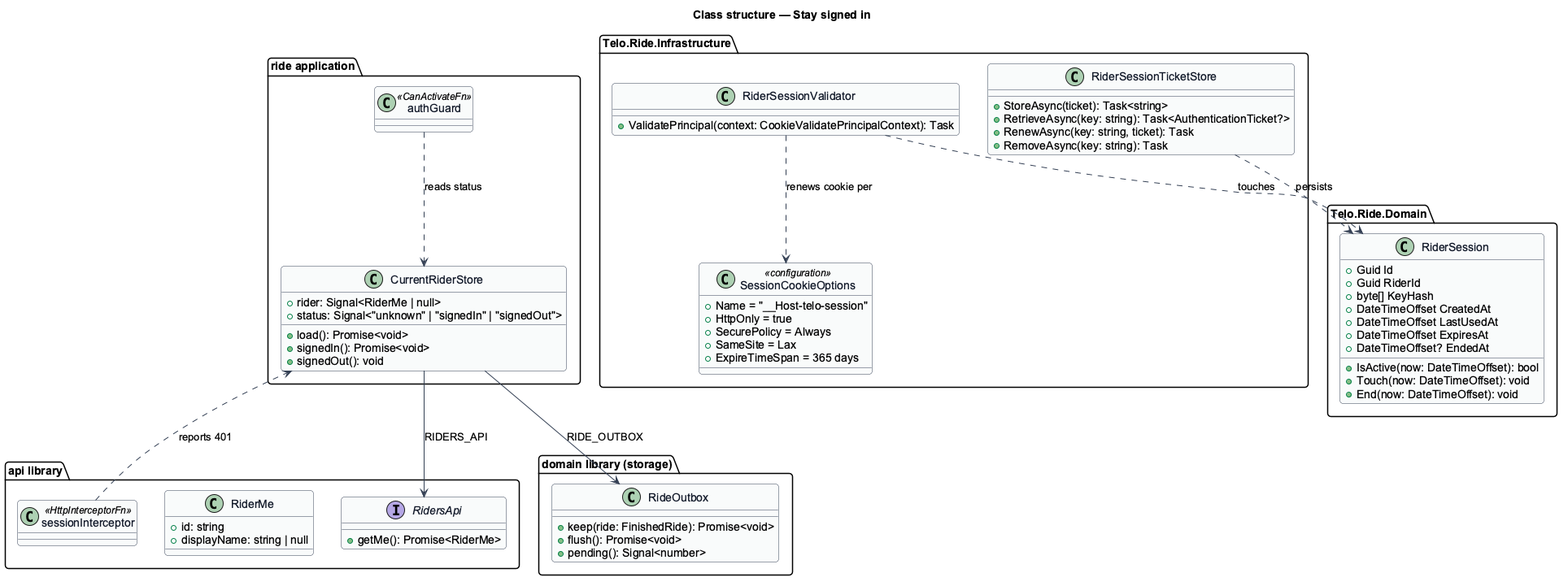
This is docs/detailed-designs/accounts/stay-signed-in/diagrams/class-structure.png from QuinntyneBrown/ride-one, a PlantUML export, as it was before one commit.
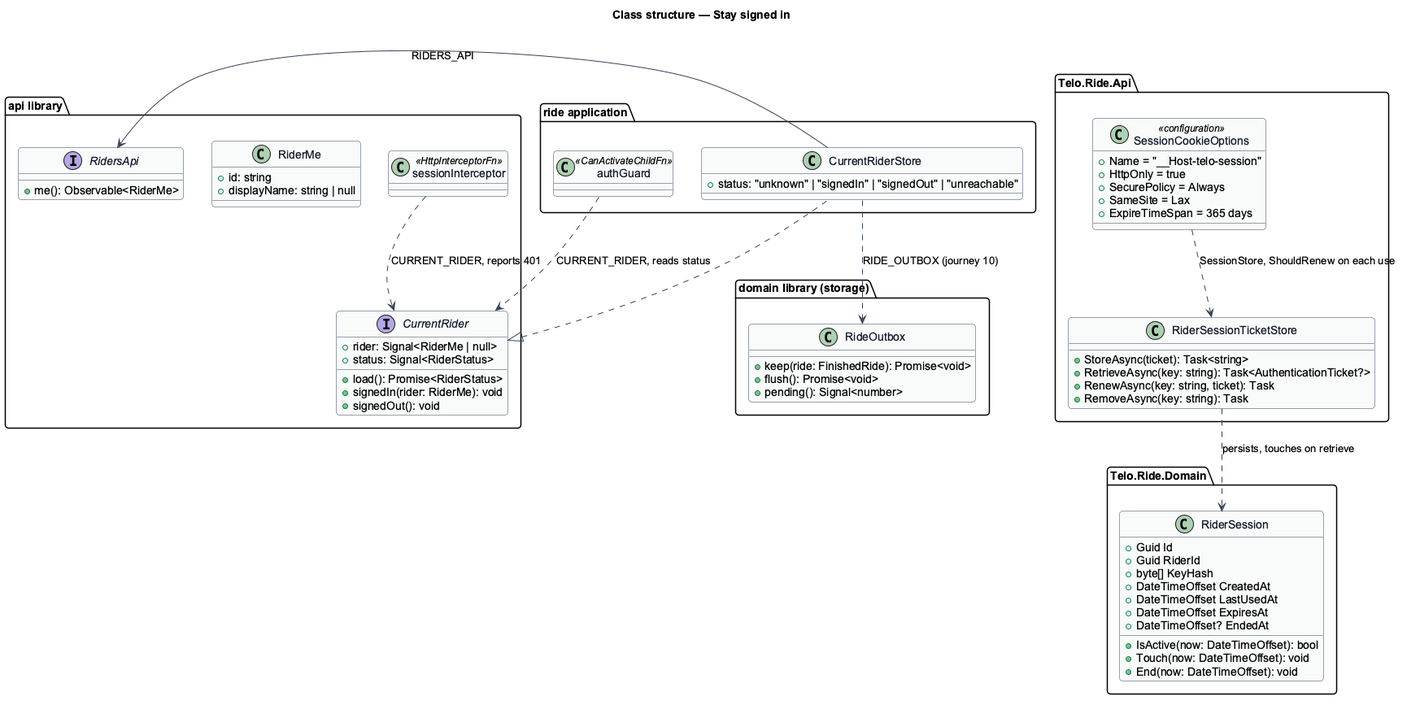
The same diagram one commit later.

The edit, as a diff of the source:
```diff
@@ -13,23 +13,27 @@
 title Class structure — Stay signed in
 package "api library" {
   interface RidersApi {
-    +getMe(): Promise<RiderMe>
+    +me(): Observable<RiderMe>
+  }
+  interface CurrentRider {
+    +rider: Signal<RiderMe | null>
+    +status: Signal<RiderStatus>
+    +load(): Promise<RiderStatus>
+    +signedIn(rider: RiderMe): void
+    +signedOut(): void
   }
   class RiderMe {
     +id: string
     +displayName: string | null
   }
   class sessionInterceptor <<HttpInterceptorFn>>
+  sessionInterceptor ..> CurrentRider : CURRENT_RIDER, reports 401
 }
 package "ride application" {
   class CurrentRiderStore {
-    +rider: Signal<RiderMe | null>
-    +status: Signal<"unknown" | "signedIn" | "signedOut">
-    +load(): Promise<void>
-    +signedIn(): Promise<void>
-    +signedOut(): void
+    +status: "unknown" | "signedIn" | "signedOut" | "unreachable"
   }
-  class authGuard <<CanActivateFn>>
+  class authGuard <<CanActivateChildFn>>
 }
 package "domain library (storage)" {
   class RideOutbox {
@@ -38,19 +42,16 @@
     +pending(): Signal<number>
   }
 }
+CurrentRider <|.. CurrentRiderStore
 CurrentRiderStore --> RidersApi : RIDERS_API
-CurrentRiderStore --> RideOutbox : RIDE_OUTBOX
-sessionInterceptor ..> CurrentRiderStore : reports 401
-authGuard ..> CurrentRiderStore : reads status
-package "Telo.Ride.Infrastructure" {
+CurrentRiderStore ..> RideOutbox : RIDE_OUTBOX (journey 10)
+authGuard ..> CurrentRider : CURRENT_RIDER, reads status
+package "Telo.Ride.Api" {
   class RiderSessionTicketStore {
     +StoreAsync(ticket): Task<string>
     +RetrieveAsync(key: string): Task<AuthenticationTicket?>
     +RenewAsync(key: string, ticket): Task
     +RemoveAsync(key: string): Task
-  }
-  class RiderSessionValidator {
-    +ValidatePrincipal(context: CookieValidatePrincipalContext): Task
   }
   class SessionCookieOptions <<configuration>> {
     +Name = "__Host-telo-session"
@@ -74,7 +75,6 @@
     +End(now: DateTimeOffset): void
   }
 }
-RiderSessionTicketStore ..> RiderSession : persists
-RiderSessionValidator ..> RiderSession : touches
-RiderSessionValidator ..> SessionCookieOptions : renews cookie per
+RiderSessionTicketStore ..> RiderSession : persists, touches on retrieve
+SessionCookieOptions ..> RiderSessionTicketStore : SessionStore, ShouldRenew on each use
 @enduml
```
